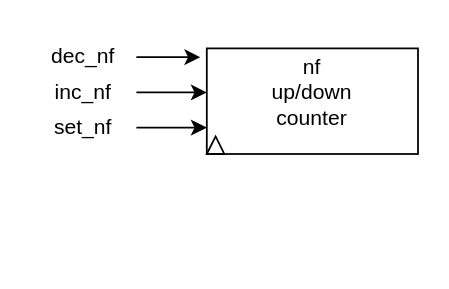
Above: nf_counter.drawio in 0xByteRush/COE302 (draw.io), before the change. Source tidied: cells renumbered, new cells numbered last; positions are measured from the earlier drawing's top-left corner, leaving out a move shared by most shapes. Both pictures are drawn from the tidied source at 176%, with x=0, y=0 at pixel (30, 30).
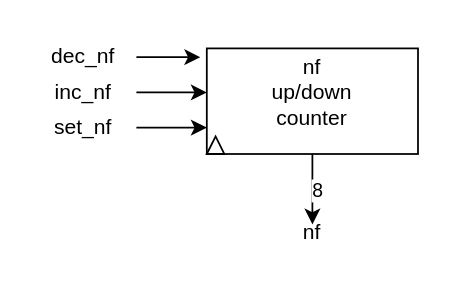
The same diagram, later.

Diff of the diagram source:
```diff
@@
 <mxGraphModel>
   <root>
     <mxCell id="0" />
     <mxCell id="1" parent="0" />
+    <mxCell id="11" style="edgeStyle=orthogonalEdgeStyle;rounded=0;jettySize=auto;html=1;exitX=0.5;exitY=1;exitDx=0;exitDy=0;" parent="1" edge="1" source="2">
+      <mxGeometry relative="1" as="geometry">
+        <mxPoint x="160" y="110" as="targetPoint" />
+      </mxGeometry>
+    </mxCell>
+    <mxCell id="12" value="8" style="edgeLabel;html=1;align=center;verticalAlign=middle;" parent="11" vertex="1">
+      <mxGeometry x="0.05" y="2" relative="1" as="geometry" />
+    </mxCell>
     <mxCell id="2" style="rounded=0;whiteSpace=wrap;html=1;" parent="1" vertex="1">
       <mxGeometry x="100" y="10" width="120" height="60" as="geometry" />
     </mxCell>
     <mxCell id="3" style="triangle;whiteSpace=wrap;html=1;rotation=-90;" parent="1" vertex="1">
       <mxGeometry x="100" y="60" width="10" height="10" as="geometry" />
     </mxCell>
     <mxCell id="4" value="nf&lt;div&gt;up/down counter&lt;/div&gt;" style="text;html=1;whiteSpace=wrap;strokeColor=none;fillColor=none;align=center;verticalAlign=middle;rounded=0;" parent="1" vertex="1">
       <mxGeometry x="130" y="20" width="60" height="30" as="geometry" />
     </mxCell>
     <mxCell id="5" style="edgeStyle=orthogonalEdgeStyle;rounded=0;jettySize=auto;html=1;exitX=1;exitY=0.5;exitDx=0;exitDy=0;entryX=0;entryY=0.75;entryDx=0;entryDy=0;" parent="1" edge="1" source="6" target="2">
       <mxGeometry relative="1" as="geometry" />
     </mxCell>
     <mxCell id="6" value="set_nf" style="text;html=1;whiteSpace=wrap;strokeColor=none;fillColor=none;align=center;verticalAlign=middle;rounded=0;" parent="1" vertex="1">
       <mxGeometry y="40" width="60" height="30" as="geometry" />
     </mxCell>
     <mxCell id="7" value="inc_nf" style="text;html=1;whiteSpace=wrap;strokeColor=none;fillColor=none;align=center;verticalAlign=middle;rounded=0;" parent="1" vertex="1">
       <mxGeometry y="20" width="60" height="30" as="geometry" />
     </mxCell>
     <mxCell id="8" style="edgeStyle=orthogonalEdgeStyle;rounded=0;jettySize=auto;html=1;exitX=1;exitY=0.5;exitDx=0;exitDy=0;entryX=0;entryY=0.417;entryDx=0;entryDy=0;entryPerimeter=0;" parent="1" edge="1" source="7" target="2">
       <mxGeometry relative="1" as="geometry" />
     </mxCell>
     <mxCell id="9" value="dec_nf" style="text;html=1;whiteSpace=wrap;strokeColor=none;fillColor=none;align=center;verticalAlign=middle;rounded=0;" parent="1" vertex="1">
       <mxGeometry width="60" height="30" as="geometry" />
     </mxCell>
     <mxCell id="10" style="edgeStyle=orthogonalEdgeStyle;rounded=0;jettySize=auto;html=1;exitX=1;exitY=0.5;exitDx=0;exitDy=0;entryX=-0.031;entryY=0.076;entryDx=0;entryDy=0;entryPerimeter=0;" parent="1" edge="1" source="9" target="2">
       <mxGeometry relative="1" as="geometry" />
     </mxCell>
+    <mxCell id="13" value="nf" style="text;html=1;whiteSpace=wrap;strokeColor=none;fillColor=none;align=center;verticalAlign=middle;rounded=0;" parent="1" vertex="1">
+      <mxGeometry x="130" y="100" width="60" height="30" as="geometry" />
+    </mxCell>
   </root>
 </mxGraphModel>
```
